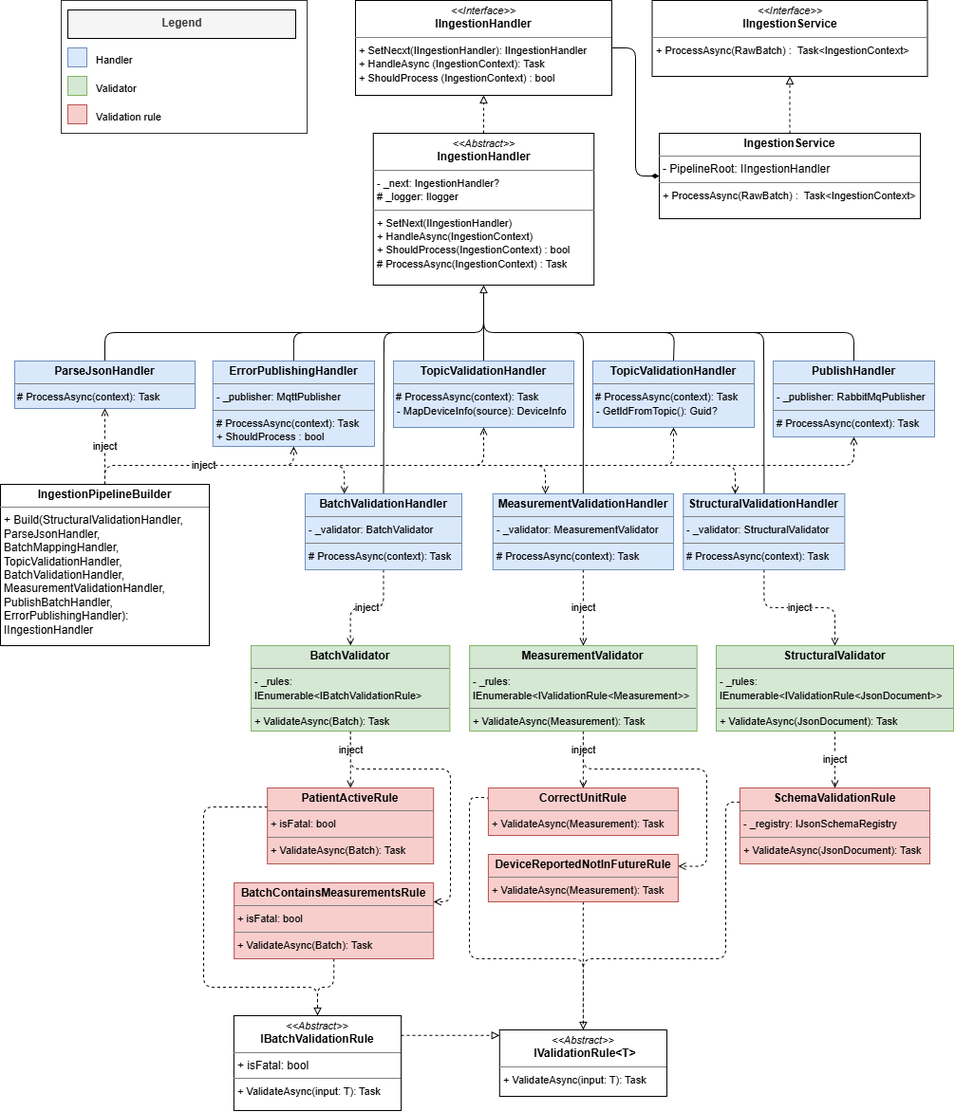
Before: docs/Ingestion/ingestion_class_diagram.drawio.png, a diagram exported from draw.io (AlbertPerezB/CagHome). Source tidied: cells renumbered, new cells last; positions are measured from the earlier drawing's top-left corner, leaving out a move shared by most shapes.
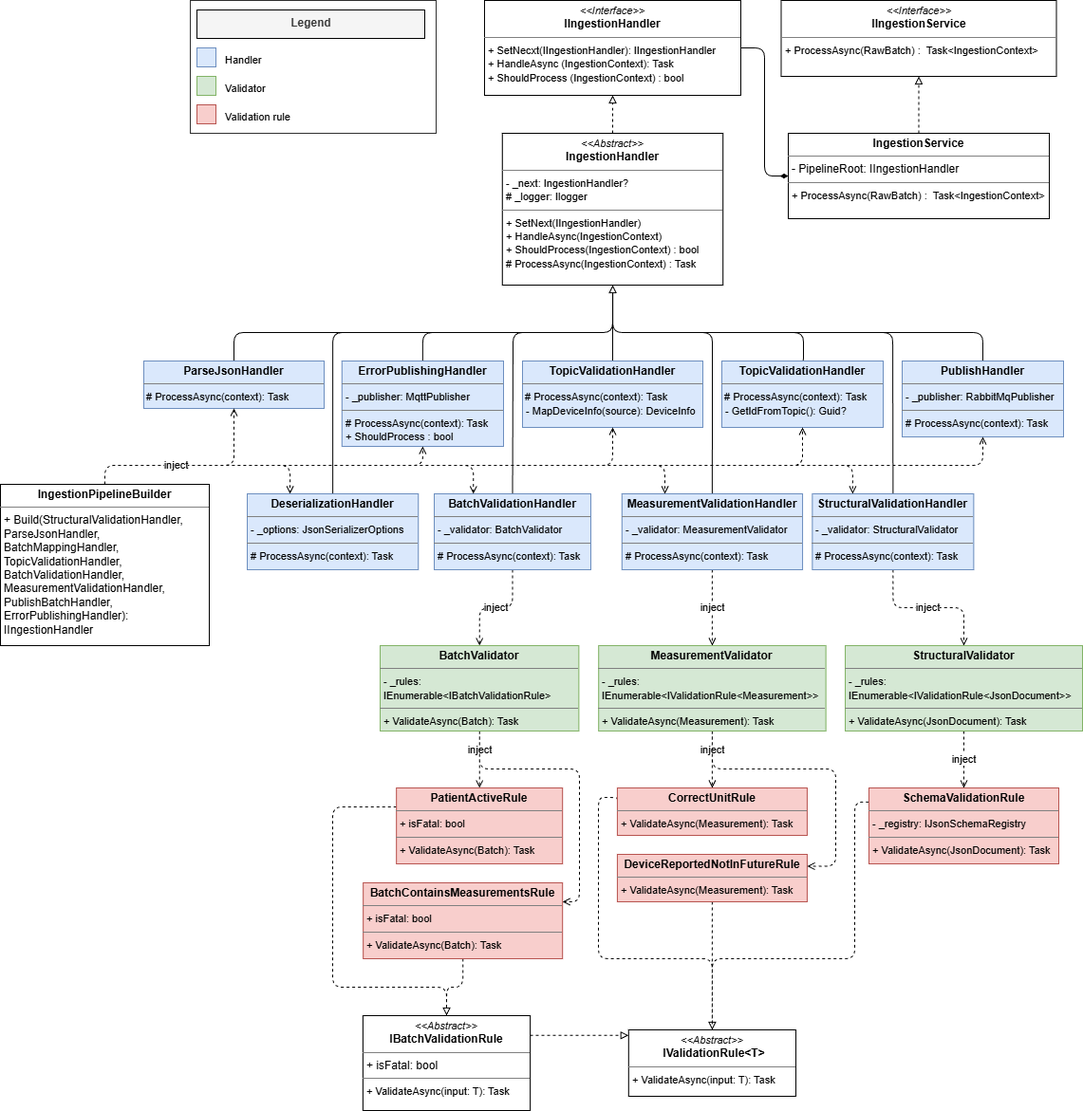
The same diagram one commit later.

What changed in the source:
```diff
@@ -2,6 +2,14 @@
   <root>
     <mxCell id="0" />
     <mxCell id="1" parent="0" />
+    <mxCell id="67" style="edgeStyle=orthogonalEdgeStyle;rounded=1;jettySize=auto;html=1;entryX=0.25;entryY=0;entryDx=0;entryDy=0;dashed=1;curved=0;endArrow=open;endFill=0;" parent="1" edge="1" source="62" target="69">
+      <mxGeometry relative="1" as="geometry">
+        <Array as="points">
+          <mxPoint x="-26" y="490" />
+          <mxPoint x="169" y="490" />
+        </Array>
+      </mxGeometry>
+    </mxCell>
     <mxCell id="2" style="rounded=0;whiteSpace=wrap;html=1;align=left;verticalAlign=middle;fontFamily=Helvetica;fontSize=12;opacity=81;" parent="1" vertex="1">
       <mxGeometry x="64" width="259" height="140" as="geometry" />
     </mxCell>
@@ -74,6 +82,14 @@
     <mxCell id="17" value="&lt;p style=&quot;margin:0px;margin-top:4px;text-align:center;&quot;&gt;&lt;font style=&quot;font-size: 11px;&quot;&gt;&lt;i&gt;&amp;lt;&amp;lt;Interface&amp;gt;&amp;gt;&lt;/i&gt;&lt;br&gt;&lt;/font&gt;&lt;b&gt;IIngestionHandler&lt;/b&gt;&lt;/p&gt;&lt;hr size=&quot;1&quot; style=&quot;border-style:solid;&quot;&gt;&lt;p style=&quot;margin:0px;margin-left:4px;&quot;&gt;&lt;/p&gt;&lt;p style=&quot;margin:0px;margin-left:4px;&quot;&gt;&lt;font style=&quot;font-size: 11px;&quot;&gt;+ SetNecxt(IIngestionHandler): IIngestionHandler&lt;br&gt;+ HandleAsync (IngestionContext): Task&lt;/font&gt;&lt;/p&gt;&lt;p style=&quot;margin:0px;margin-left:4px;&quot;&gt;&lt;font style=&quot;font-size: 11px;&quot;&gt;+ ShouldProcess (IngestionContext) : bool&lt;/font&gt;&lt;/p&gt;" style="verticalAlign=top;align=left;overflow=fill;html=1;whiteSpace=wrap;" parent="1" vertex="1">
       <mxGeometry x="374" width="270" height="100" as="geometry" />
     </mxCell>
+    <mxCell id="68" style="edgeStyle=orthogonalEdgeStyle;rounded=1;jettySize=auto;html=1;entryX=0.5;entryY=0;entryDx=0;entryDy=0;curved=0;endArrow=none;endFill=0;startArrow=block;startFill=0;" parent="1" edge="1" source="18" target="69">
+      <mxGeometry relative="1" as="geometry">
+        <Array as="points">
+          <mxPoint x="509" y="350" />
+          <mxPoint x="214" y="350" />
+        </Array>
+      </mxGeometry>
+    </mxCell>
     <mxCell id="18" value="&lt;p style=&quot;margin:0px;margin-top:4px;text-align:center;&quot;&gt;&lt;i&gt;&lt;font style=&quot;font-size: 11px;&quot;&gt;&amp;lt;&amp;lt;Abstract&amp;gt;&amp;gt;&lt;/font&gt;&lt;/i&gt;&lt;br&gt;&lt;b&gt;IngestionHandler&lt;/b&gt;&lt;/p&gt;&lt;hr size=&quot;1&quot; style=&quot;border-style:solid;&quot;&gt;&lt;p style=&quot;margin:0px;margin-left:4px;&quot;&gt;&lt;font style=&quot;font-size: 11px;&quot;&gt;- _next: IngestionHandler?&lt;br&gt;&lt;/font&gt;&lt;/p&gt;&lt;p style=&quot;margin:0px;margin-left:4px;&quot;&gt;&lt;font style=&quot;font-size: 11px;&quot;&gt;# _logger: Ilogger&lt;/font&gt;&lt;/p&gt;&lt;hr size=&quot;1&quot; style=&quot;border-style:solid;&quot;&gt;&lt;p style=&quot;margin:0px;margin-left:4px;&quot;&gt;&lt;font style=&quot;font-size: 11px;&quot;&gt;+ SetNext(IIngestionHandler)&lt;br&gt;+ HandleAsync(IngestionContext)&lt;/font&gt;&lt;/p&gt;&lt;p style=&quot;margin:0px;margin-left:4px;&quot;&gt;&lt;font style=&quot;font-size: 11px;&quot;&gt;+ ShouldProcess(IngestionContext) : bool&lt;/font&gt;&lt;/p&gt;&lt;p style=&quot;margin:0px;margin-left:4px;&quot;&gt;&lt;font style=&quot;font-size: 11px;&quot;&gt;# ProcessAsync(IngestionContext) : Task&lt;/font&gt;&lt;/p&gt;" style="verticalAlign=top;align=left;overflow=fill;html=1;whiteSpace=wrap;" parent="1" vertex="1">
       <mxGeometry x="392.8" y="140" width="232.5" height="160" as="geometry" />
     </mxCell>
@@ -245,13 +261,19 @@
     <mxCell id="53" value="&lt;p style=&quot;margin:0px;margin-top:4px;text-align:center;&quot;&gt;&lt;b&gt;ParseJsonHandler&lt;/b&gt;&lt;/p&gt;&lt;hr size=&quot;1&quot; style=&quot;border-style:solid;&quot;&gt;&lt;p style=&quot;margin:0px;margin-left:4px;&quot;&gt;&lt;/p&gt;&lt;span style=&quot;background-color: transparent; color: light-dark(rgb(0, 0, 0), rgb(255, 255, 255)); font-size: 11px;&quot;&gt;&amp;nbsp;# ProcessAsync(context): Task&lt;/span&gt;" style="verticalAlign=top;align=left;overflow=fill;html=1;whiteSpace=wrap;rounded=0;strokeColor=#6c8ebf;fontFamily=Helvetica;fontSize=12;fillColor=#dae8fc;" parent="1" vertex="1">
       <mxGeometry x="15" y="380" width="190" height="50" as="geometry" />
     </mxCell>
-    <mxCell id="54" value="inject" style="edgeStyle=orthogonalEdgeStyle;rounded=0;jettySize=auto;html=1;entryX=0.5;entryY=1;entryDx=0;entryDy=0;dashed=1;endArrow=open;endFill=0;" parent="1" edge="1" source="62" target="53">
-      <mxGeometry relative="1" as="geometry" />
+    <mxCell id="54" style="edgeStyle=orthogonalEdgeStyle;rounded=1;jettySize=auto;html=1;entryX=0.5;entryY=1;entryDx=0;entryDy=0;dashed=1;endArrow=open;endFill=0;curved=0;exitX=0.5;exitY=0;exitDx=0;exitDy=0;" parent="1" edge="1" source="62" target="53">
+      <mxGeometry x="-0.84" y="78" relative="1" as="geometry">
+        <Array as="points">
+          <mxPoint x="-26" y="490" />
+          <mxPoint x="110" y="490" />
+        </Array>
+        <mxPoint x="-50" y="18" as="offset" />
+      </mxGeometry>
     </mxCell>
     <mxCell id="55" style="edgeStyle=orthogonalEdgeStyle;rounded=1;jettySize=auto;html=1;curved=0;entryX=0.5;entryY=1;entryDx=0;entryDy=0;dashed=1;endArrow=open;endFill=0;" parent="1" edge="1" source="62" target="52">
       <mxGeometry relative="1" as="geometry">
         <Array as="points">
-          <mxPoint x="110" y="490" />
+          <mxPoint x="-26" y="490" />
           <mxPoint x="309" y="490" />
         </Array>
       </mxGeometry>
@@ -259,7 +281,7 @@
     <mxCell id="56" style="edgeStyle=orthogonalEdgeStyle;rounded=1;jettySize=auto;html=1;entryX=0.5;entryY=1;entryDx=0;entryDy=0;curved=0;dashed=1;endArrow=open;endFill=0;" parent="1" edge="1" source="62" target="51">
       <mxGeometry relative="1" as="geometry">
         <Array as="points">
-          <mxPoint x="110" y="490" />
+          <mxPoint x="-26" y="490" />
           <mxPoint x="509" y="490" />
         </Array>
       </mxGeometry>
@@ -267,15 +289,15 @@
     <mxCell id="57" style="edgeStyle=orthogonalEdgeStyle;rounded=1;jettySize=auto;html=1;entryX=0.5;entryY=1;entryDx=0;entryDy=0;curved=0;exitX=0.5;exitY=0;exitDx=0;exitDy=0;dashed=1;endArrow=open;endFill=0;" parent="1" edge="1" source="62" target="50">
       <mxGeometry relative="1" as="geometry">
         <Array as="points">
-          <mxPoint x="110" y="490" />
+          <mxPoint x="-26" y="490" />
           <mxPoint x="709" y="490" />
         </Array>
       </mxGeometry>
     </mxCell>
-    <mxCell id="58" style="edgeStyle=orthogonalEdgeStyle;rounded=1;jettySize=auto;html=1;entryX=0.5;entryY=1;entryDx=0;entryDy=0;curved=0;dashed=1;endArrow=open;endFill=0;" parent="1" edge="1" source="62" target="49">
+    <mxCell id="58" style="edgeStyle=orthogonalEdgeStyle;rounded=1;jettySize=auto;html=1;entryX=0.5;entryY=1;entryDx=0;entryDy=0;curved=0;dashed=1;endArrow=open;endFill=0;exitX=0.5;exitY=0;exitDx=0;exitDy=0;" parent="1" edge="1" source="62" target="49">
       <mxGeometry relative="1" as="geometry">
         <Array as="points">
-          <mxPoint x="110" y="490" />
+          <mxPoint x="-26" y="490" />
           <mxPoint x="899" y="490" />
         </Array>
       </mxGeometry>
@@ -285,24 +307,24 @@
     </mxCell>
     <mxCell id="60" style="edgeStyle=orthogonalEdgeStyle;rounded=1;jettySize=auto;html=1;curved=0;exitX=0.5;exitY=0;exitDx=0;exitDy=0;dashed=1;endArrow=open;endFill=0;" parent="1" edge="1" source="62">
       <mxGeometry relative="1" as="geometry">
-        <mxPoint x="574" y="520" as="targetPoint" />
+        <mxPoint x="564" y="520" as="targetPoint" />
         <Array as="points">
-          <mxPoint x="110" y="490" />
-          <mxPoint x="574" y="490" />
+          <mxPoint x="-26" y="490" />
+          <mxPoint x="564" y="490" />
+          <mxPoint x="564" y="520" />
         </Array>
       </mxGeometry>
     </mxCell>
-    <mxCell id="61" value="inject" style="edgeStyle=orthogonalEdgeStyle;rounded=1;jettySize=auto;html=1;entryX=0.324;entryY=0.003;entryDx=0;entryDy=0;curved=0;entryPerimeter=0;dashed=1;endArrow=open;endFill=0;" parent="1" edge="1" source="62" target="46">
-      <mxGeometry x="-0.65" relative="1" as="geometry">
+    <mxCell id="61" value="inject" style="edgeStyle=orthogonalEdgeStyle;rounded=1;jettySize=auto;html=1;entryX=0.25;entryY=0;entryDx=0;entryDy=0;curved=0;dashed=1;endArrow=open;endFill=0;" parent="1" edge="1" source="62" target="46">
+      <mxGeometry x="-0.77" relative="1" as="geometry">
         <Array as="points">
-          <mxPoint x="110" y="490" />
-          <mxPoint x="774" y="490" />
-          <mxPoint x="774" y="520" />
+          <mxPoint x="-26" y="490" />
+          <mxPoint x="762" y="490" />
         </Array>
       </mxGeometry>
     </mxCell>
     <mxCell id="62" value="&lt;p style=&quot;margin:0px;margin-top:4px;text-align:center;&quot;&gt;&lt;b&gt;IngestionPipelineBuilder&lt;/b&gt;&lt;/p&gt;&lt;hr size=&quot;1&quot; style=&quot;border-style:solid;&quot;&gt;&lt;p style=&quot;margin:0px;margin-left:4px;&quot;&gt;&lt;/p&gt;&lt;p style=&quot;margin:0px;margin-left:4px;&quot;&gt;+ Build(StructuralValidationHandler,&lt;/p&gt;&lt;p style=&quot;margin:0px;margin-left:4px;&quot;&gt;ParseJsonHandler,&lt;/p&gt;&lt;p style=&quot;margin:0px;margin-left:4px;&quot;&gt;BatchMappingHandler,&lt;/p&gt;&lt;p style=&quot;margin:0px;margin-left:4px;&quot;&gt;TopicValidationHandler,&lt;br&gt;BatchValidationHandler, &lt;br&gt;MeasurementValidationHandler,&lt;br&gt;PublishBatchHandler,&lt;br&gt;ErrorPublishingHandler): IIngestionHandler&lt;/p&gt;" style="verticalAlign=top;align=left;overflow=fill;html=1;whiteSpace=wrap;" parent="1" vertex="1">
-      <mxGeometry y="510" width="220" height="170" as="geometry" />
+      <mxGeometry x="-136" y="510" width="220" height="170" as="geometry" />
     </mxCell>
     <mxCell id="63" style="edgeStyle=orthogonalEdgeStyle;rounded=1;jettySize=auto;html=1;entryX=0.5;entryY=1;entryDx=0;entryDy=0;curved=0;dashed=1;endArrow=block;endFill=0;" parent="1" edge="1" source="64" target="65">
       <mxGeometry relative="1" as="geometry" />
@@ -316,5 +338,8 @@
     <mxCell id="66" style="edgeStyle=orthogonalEdgeStyle;rounded=1;jettySize=auto;html=1;entryX=1;entryY=0.5;entryDx=0;entryDy=0;endArrow=none;endFill=0;startArrow=diamondThin;startFill=1;curved=0;" parent="1" edge="1" source="64" target="17">
       <mxGeometry relative="1" as="geometry" />
     </mxCell>
+    <mxCell id="69" value="&lt;p style=&quot;margin:0px;margin-top:4px;text-align:center;&quot;&gt;&lt;b&gt;DeserializationHandler&lt;/b&gt;&lt;/p&gt;&lt;hr size=&quot;1&quot; style=&quot;border-style:solid;&quot;&gt;&lt;p style=&quot;margin:0px;margin-left:4px;&quot;&gt;&lt;span style=&quot;font-size: 11px;&quot;&gt;- _options:&amp;nbsp;&lt;/span&gt;&lt;span style=&quot;background-color: transparent; font-size: 11px;&quot;&gt;JsonSerializerOptions&lt;/span&gt;&lt;/p&gt;&lt;hr size=&quot;1&quot; style=&quot;border-style:solid;&quot;&gt;&lt;p style=&quot;margin:0px;margin-left:4px;&quot;&gt;&lt;span style=&quot;font-size: 11px;&quot;&gt;# ProcessAsync(context): Task&lt;/span&gt;&lt;/p&gt;" style="verticalAlign=top;align=left;overflow=fill;html=1;whiteSpace=wrap;rounded=0;strokeColor=#6c8ebf;fontFamily=Helvetica;fontSize=12;fillColor=#dae8fc;" parent="1" vertex="1">
+      <mxGeometry x="124" y="520" width="180.2" height="80" as="geometry" />
+    </mxCell>
   </root>
 </mxGraphModel>
```
